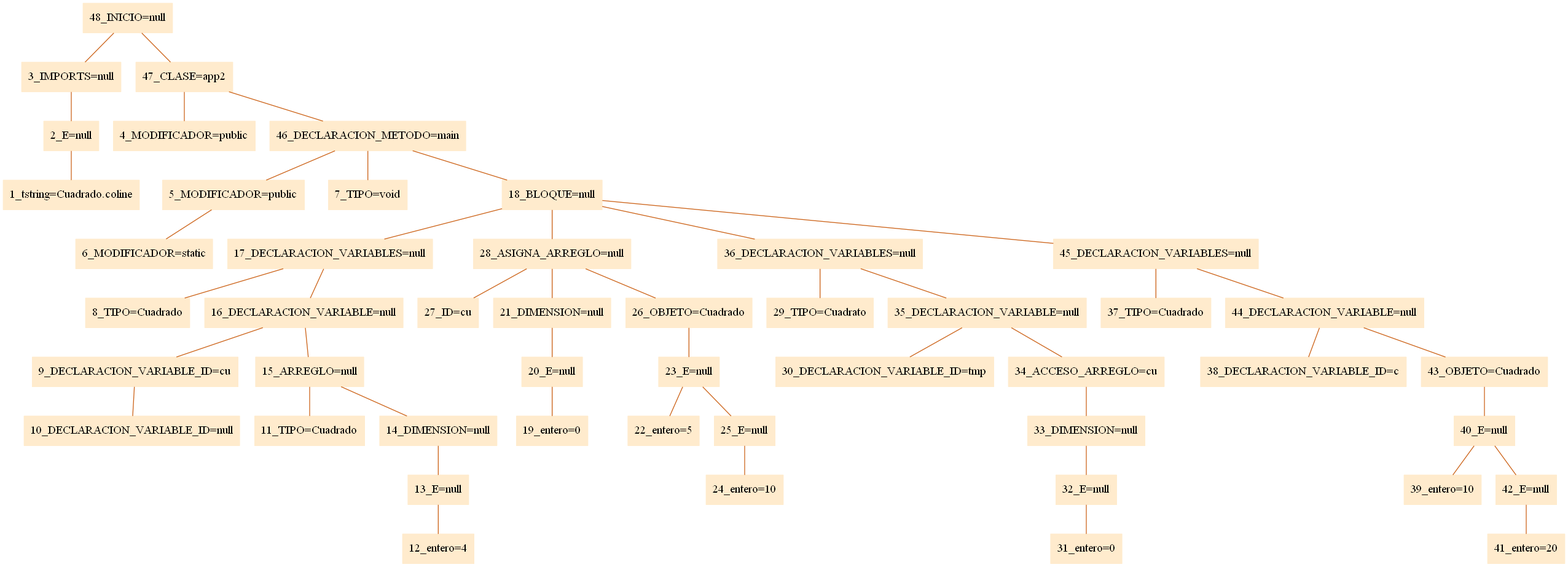
Above: arbol.png in Oshhcar/Coline (Graphviz), before the change. Its source is kept beside it as arbol.dot.
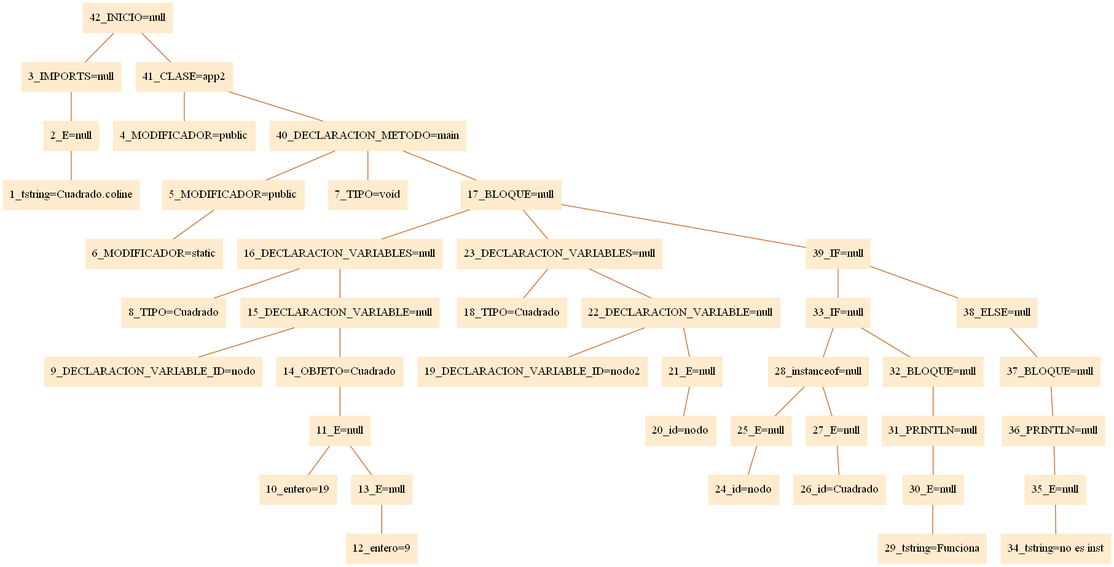
After the change.

The edit, as a diff of the source:
```diff
@@ -1,52 +1,46 @@
 digraph G {node[shape=box, style=filled, color=blanchedalmond]; edge[color=chocolate3, dir=none];rankdir=UD
 
-"48_INICIO=null"->"3_IMPORTS=null"
+"42_INICIO=null"->"3_IMPORTS=null"
 "3_IMPORTS=null"->"2_E=null"
 "2_E=null"->"1_tstring=Cuadrado.coline"
-"48_INICIO=null"->"47_CLASE=app2"
-"47_CLASE=app2"->"4_MODIFICADOR=public"
-"47_CLASE=app2"->"46_DECLARACION_METODO=main"
-"46_DECLARACION_METODO=main"->"5_MODIFICADOR=public"
+"42_INICIO=null"->"41_CLASE=app2"
+"41_CLASE=app2"->"4_MODIFICADOR=public"
+"41_CLASE=app2"->"40_DECLARACION_METODO=main"
+"40_DECLARACION_METODO=main"->"5_MODIFICADOR=public"
 "5_MODIFICADOR=public"->"6_MODIFICADOR=static"
-"46_DECLARACION_METODO=main"->"7_TIPO=void"
-"46_DECLARACION_METODO=main"->"18_BLOQUE=null"
-"18_BLOQUE=null"->"17_DECLARACION_VARIABLES=null"
-"17_DECLARACION_VARIABLES=null"->"8_TIPO=Cuadrado"
-"17_DECLARACION_VARIABLES=null"->"16_DECLARACION_VARIABLE=null"
-"16_DECLARACION_VARIABLE=null"->"9_DECLARACION_VARIABLE_ID=cu"
-"9_DECLARACION_VARIABLE_ID=cu"->"10_DECLARACION_VARIABLE_ID=null"
-"16_DECLARACION_VARIABLE=null"->"15_ARREGLO=null"
-"15_ARREGLO=null"->"11_TIPO=Cuadrado"
-"15_ARREGLO=null"->"14_DIMENSION=null"
-"14_DIMENSION=null"->"13_E=null"
-"13_E=null"->"12_entero=4"
-"18_BLOQUE=null"->"28_ASIGNA_ARREGLO=null"
-"28_ASIGNA_ARREGLO=null"->"27_ID=cu"
-"28_ASIGNA_ARREGLO=null"->"21_DIMENSION=null"
-"21_DIMENSION=null"->"20_E=null"
-"20_E=null"->"19_entero=0"
-"28_ASIGNA_ARREGLO=null"->"26_OBJETO=Cuadrado"
-"26_OBJETO=Cuadrado"->"23_E=null"
-"23_E=null"->"22_entero=5"
-"23_E=null"->"25_E=null"
-"25_E=null"->"24_entero=10"
-"18_BLOQUE=null"->"36_DECLARACION_VARIABLES=null"
-"36_DECLARACION_VARIABLES=null"->"29_TIPO=Cuadrato"
-"36_DECLARACION_VARIABLES=null"->"35_DECLARACION_VARIABLE=null"
-"35_DECLARACION_VARIABLE=null"->"30_DECLARACION_VARIABLE_ID=tmp"
-"35_DECLARACION_VARIABLE=null"->"34_ACCESO_ARREGLO=cu"
-"34_ACCESO_ARREGLO=cu"->"33_DIMENSION=null"
-"33_DIMENSION=null"->"32_E=null"
-"32_E=null"->"31_entero=0"
-"18_BLOQUE=null"->"45_DECLARACION_VARIABLES=null"
-"45_DECLARACION_VARIABLES=null"->"37_TIPO=Cuadrado"
-"45_DECLARACION_VARIABLES=null"->"44_DECLARACION_VARIABLE=null"
-"44_DECLARACION_VARIABLE=null"->"38_DECLARACION_VARIABLE_ID=c"
-"44_DECLARACION_VARIABLE=null"->"43_OBJETO=Cuadrado"
-"43_OBJETO=Cuadrado"->"40_E=null"
-"40_E=null"->"39_entero=10"
-"40_E=null"->"42_E=null"
-"42_E=null"->"41_entero=20"
+"40_DECLARACION_METODO=main"->"7_TIPO=void"
+"40_DECLARACION_METODO=main"->"17_BLOQUE=null"
+"17_BLOQUE=null"->"16_DECLARACION_VARIABLES=null"
+"16_DECLARACION_VARIABLES=null"->"8_TIPO=Cuadrado"
+"16_DECLARACION_VARIABLES=null"->"15_DECLARACION_VARIABLE=null"
+"15_DECLARACION_VARIABLE=null"->"9_DECLARACION_VARIABLE_ID=nodo"
+"15_DECLARACION_VARIABLE=null"->"14_OBJETO=Cuadrado"
+"14_OBJETO=Cuadrado"->"11_E=null"
+"11_E=null"->"10_entero=19"
+"11_E=null"->"13_E=null"
+"13_E=null"->"12_entero=9"
+"17_BLOQUE=null"->"23_DECLARACION_VARIABLES=null"
+"23_DECLARACION_VARIABLES=null"->"18_TIPO=Cuadrado"
+"23_DECLARACION_VARIABLES=null"->"22_DECLARACION_VARIABLE=null"
+"22_DECLARACION_VARIABLE=null"->"19_DECLARACION_VARIABLE_ID=nodo2"
+"22_DECLARACION_VARIABLE=null"->"21_E=null"
+"21_E=null"->"20_id=nodo"
+"17_BLOQUE=null"->"39_IF=null"
+"39_IF=null"->"33_IF=null"
+"33_IF=null"->"28_instanceof=null"
+"28_instanceof=null"->"25_E=null"
+"25_E=null"->"24_id=nodo"
+"28_instanceof=null"->"27_E=null"
+"27_E=null"->"26_id=Cuadrado"
+"33_IF=null"->"32_BLOQUE=null"
+"32_BLOQUE=null"->"31_PRINTLN=null"
+"31_PRINTLN=null"->"30_E=null"
+"30_E=null"->"29_tstring=Funciona"
+"39_IF=null"->"38_ELSE=null"
+"38_ELSE=null"->"37_BLOQUE=null"
+"37_BLOQUE=null"->"36_PRINTLN=null"
+"36_PRINTLN=null"->"35_E=null"
+"35_E=null"->"34_tstring=no es inst"
 
 
 }
```
